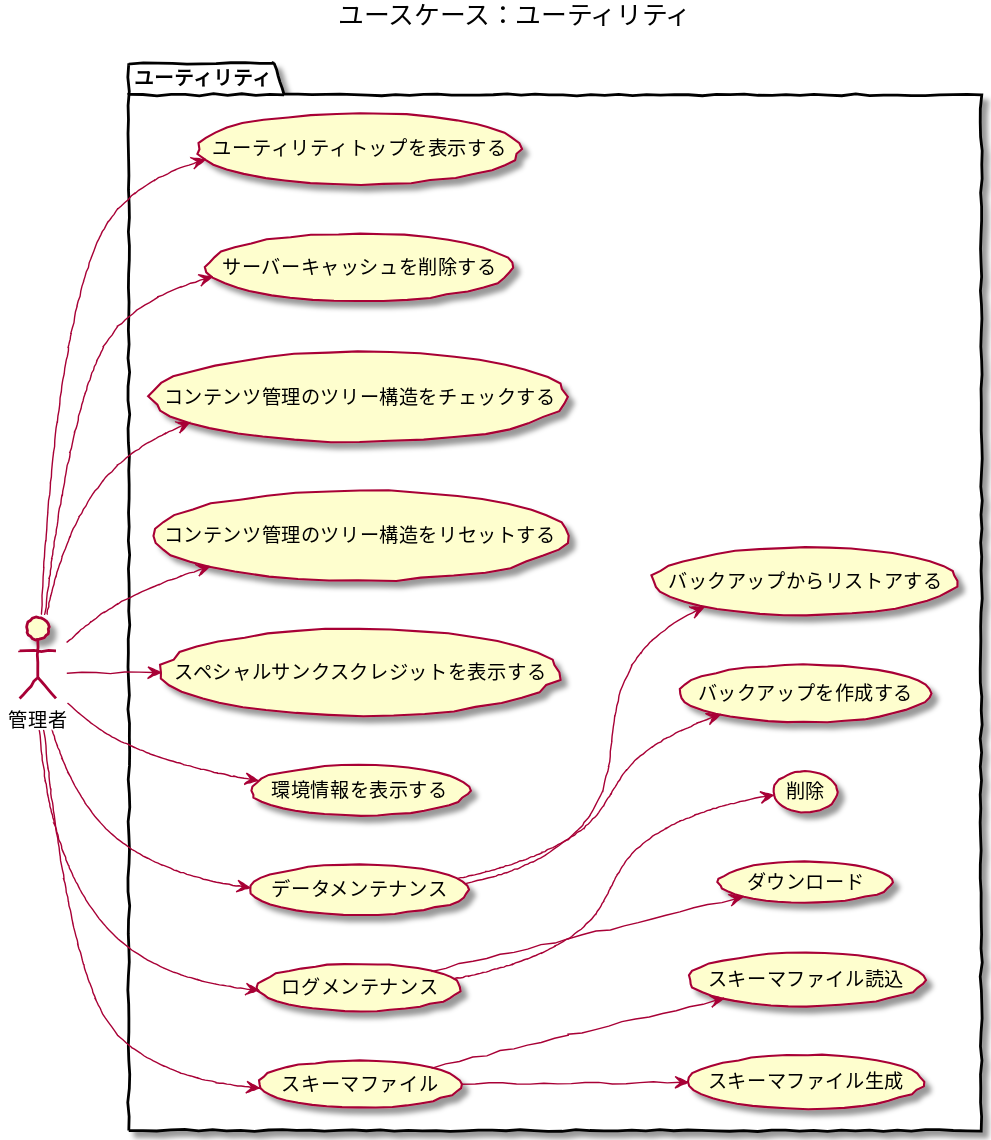
This is 5/ucmitz/svg/use_case/utilities.svg from baserproject/baserproject.github.io, a PlantUML export, as it was before one commit. Its source is kept beside it as src/puml/5/ucmitz/svg/use_case/utilities.puml.
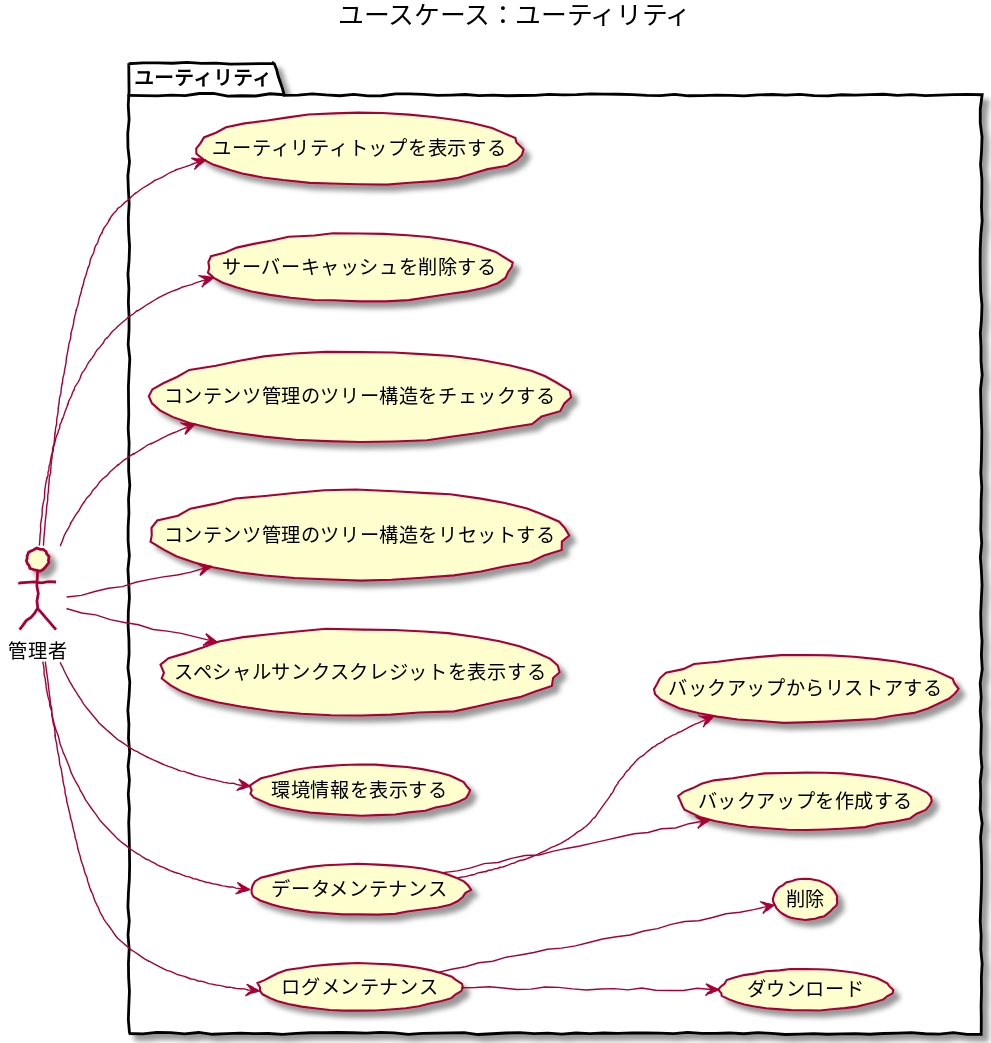
Above is the later version.

What changed in the source:
```diff
@@ -20,9 +20,6 @@
 	管理者 --> (ログメンテナンス)
 	(ログメンテナンス) --> (ダウンロード)
 	(ログメンテナンス) --> (削除)
-	管理者 --> (スキーマファイル)
-	(スキーマファイル) --> (スキーマファイル生成)
-	(スキーマファイル) --> (スキーマファイル読込)
 }
 
 @enduml
```
